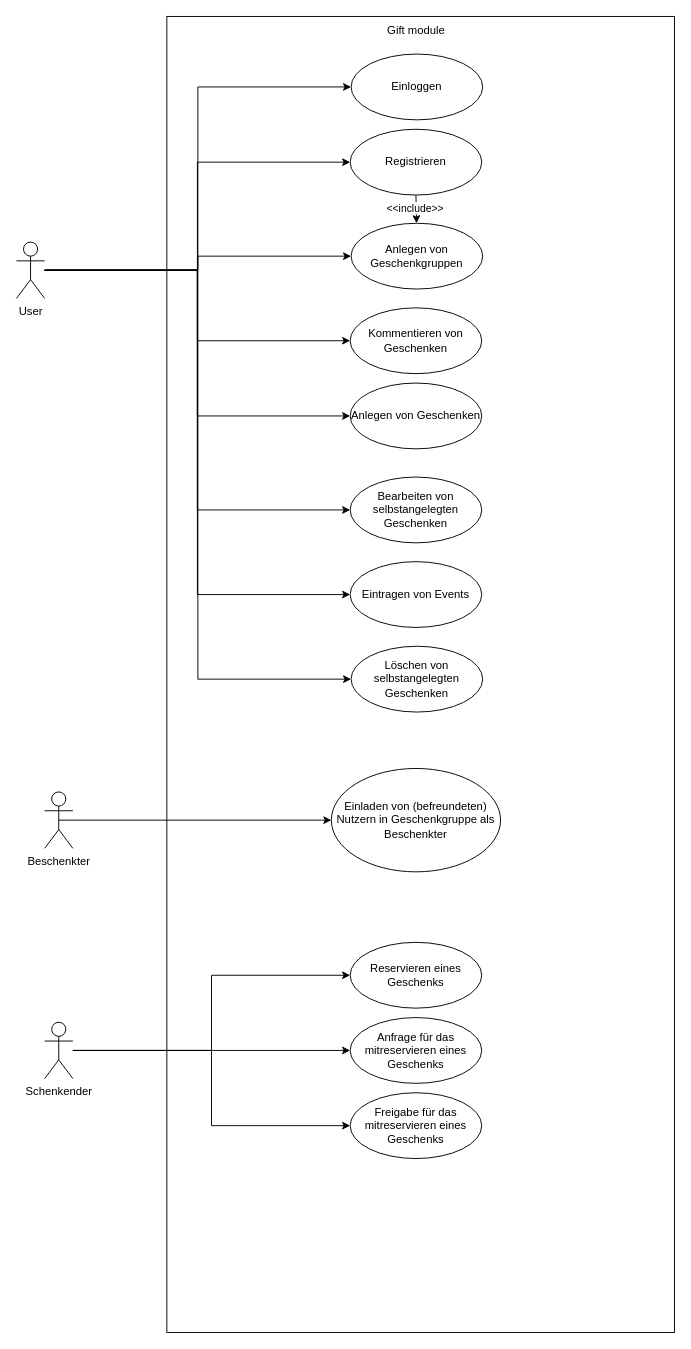
The draw.io diagram drawio_diagrams/drawio_files/gifts_usecase.drawio in Ethanil/gifts, before the edit. Source tidied: cells renumbered, new cells numbered last; positions are measured from the earlier drawing's top-left corner, leaving out a move shared by most shapes. Both pictures are drawn from the tidied source at 94%, with x=0, y=0 at pixel (16, 16).
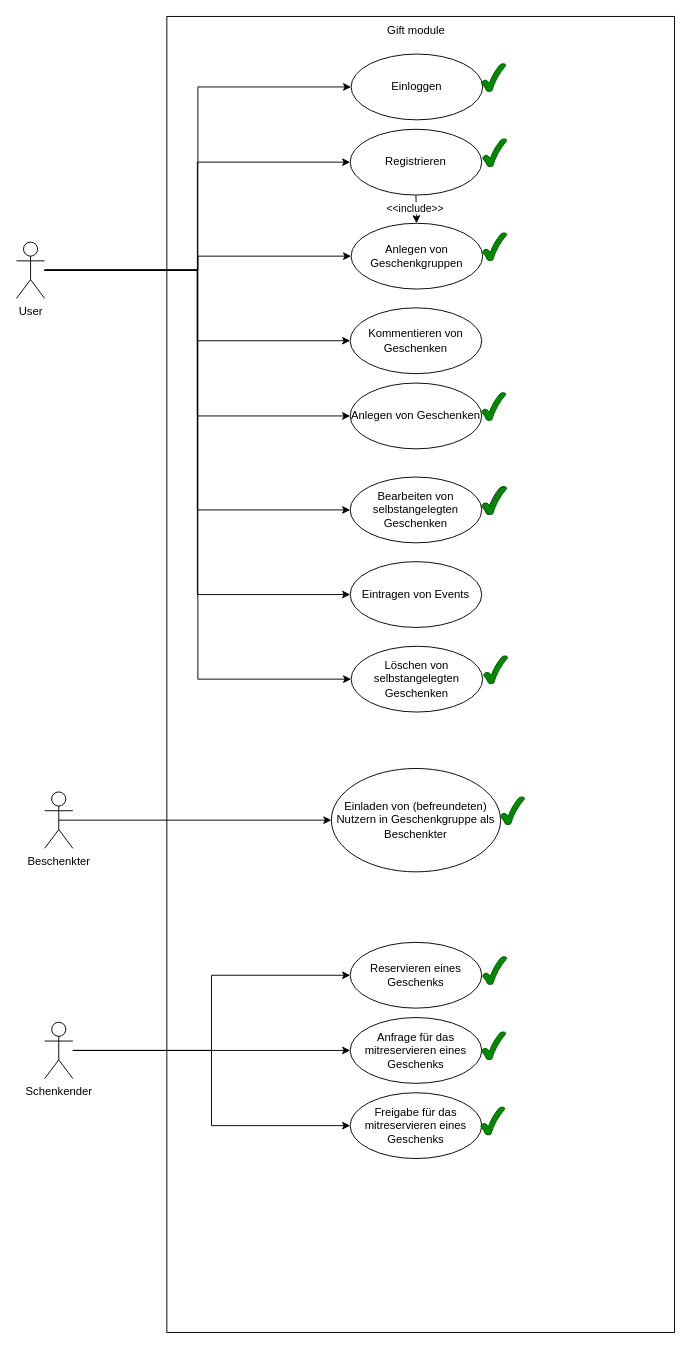
After the change.

What changed in the source:
```diff
@@
+    <mxCell id="33" style="verticalLabelPosition=bottom;verticalAlign=top;html=1;shape=mxgraph.basic.tick;fillColor=#008a00;fontColor=#ffffff;strokeColor=#005700;" parent="1" vertex="1">
+      <mxGeometry x="495" y="50" width="25.5" height="30" as="geometry" />
+    </mxCell>
+    <mxCell id="34" style="verticalLabelPosition=bottom;verticalAlign=top;html=1;shape=mxgraph.basic.tick;fillColor=#008a00;fontColor=#ffffff;strokeColor=#005700;" parent="1" vertex="1">
+      <mxGeometry x="496" y="130" width="25.5" height="30" as="geometry" />
+    </mxCell>
+    <mxCell id="35" style="verticalLabelPosition=bottom;verticalAlign=top;html=1;shape=mxgraph.basic.tick;fillColor=#008a00;fontColor=#ffffff;strokeColor=#005700;" parent="1" vertex="1">
+      <mxGeometry x="496" y="230" width="25.5" height="30" as="geometry" />
+    </mxCell>
+    <mxCell id="36" style="verticalLabelPosition=bottom;verticalAlign=top;html=1;shape=mxgraph.basic.tick;" parent="1" vertex="1">
+      <mxGeometry x="495" y="500" width="25.5" height="30" as="geometry" />
+    </mxCell>
+    <mxCell id="37" style="verticalLabelPosition=bottom;verticalAlign=top;html=1;shape=mxgraph.basic.tick;fillColor=#008a00;fontColor=#ffffff;strokeColor=#005700;" parent="1" vertex="1">
+      <mxGeometry x="494" y="1160" width="25.5" height="30" as="geometry" />
+    </mxCell>
+    <mxCell id="38" style="verticalLabelPosition=bottom;verticalAlign=top;html=1;shape=mxgraph.basic.tick;fillColor=#008a00;fontColor=#ffffff;strokeColor=#005700;" parent="1" vertex="1">
+      <mxGeometry x="495" y="1080" width="25.5" height="30" as="geometry" />
+    </mxCell>
+    <mxCell id="39" style="verticalLabelPosition=bottom;verticalAlign=top;html=1;shape=mxgraph.basic.tick;fillColor=#008a00;fontColor=#ffffff;strokeColor=#005700;" parent="1" vertex="1">
+      <mxGeometry x="496" y="1000" width="25.5" height="30" as="geometry" />
+    </mxCell>
+    <mxCell id="40" style="verticalLabelPosition=bottom;verticalAlign=top;html=1;shape=mxgraph.basic.tick;fillColor=#008a00;fontColor=#ffffff;strokeColor=#005700;" parent="1" vertex="1">
+      <mxGeometry x="515" y="830" width="25.5" height="30" as="geometry" />
+    </mxCell>
+    <mxCell id="41" style="verticalLabelPosition=bottom;verticalAlign=top;html=1;shape=mxgraph.basic.tick;fillColor=#008a00;fontColor=#ffffff;strokeColor=#005700;" parent="1" vertex="1">
+      <mxGeometry x="497" y="680" width="25.5" height="30" as="geometry" />
+    </mxCell>
+    <mxCell id="42" style="verticalLabelPosition=bottom;verticalAlign=top;html=1;shape=mxgraph.basic.tick;fillColor=#008a00;fontColor=#ffffff;strokeColor=#005700;" parent="1" vertex="1">
+      <mxGeometry x="496" y="500" width="25.5" height="30" as="geometry" />
+    </mxCell>
+    <mxCell id="43" style="verticalLabelPosition=bottom;verticalAlign=top;html=1;shape=mxgraph.basic.tick;fillColor=#008a00;fontColor=#ffffff;strokeColor=#005700;" parent="1" vertex="1">
+      <mxGeometry x="495" y="400" width="25.5" height="30" as="geometry" />
+    </mxCell>
```
